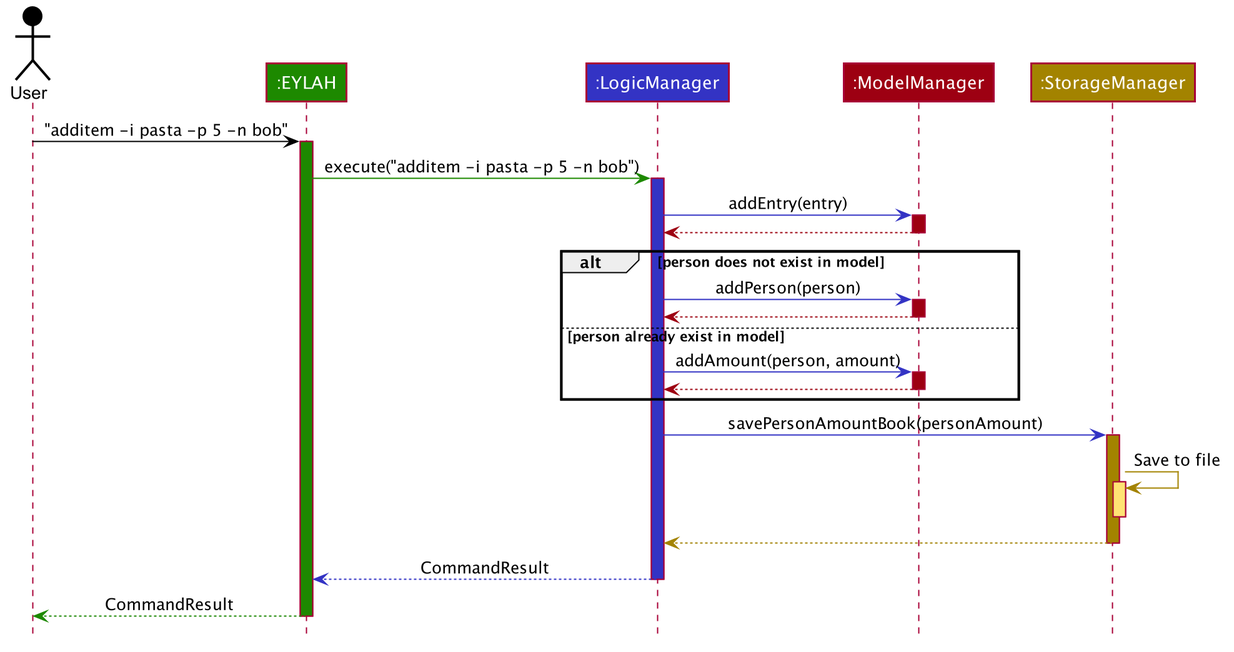
AY1920S2-CS2103T-W13-1/main keeps this PlantUML diagram as images/ExpenseSplitterAddItemCommandSequenceDiagram.png. Above is the earlier version.
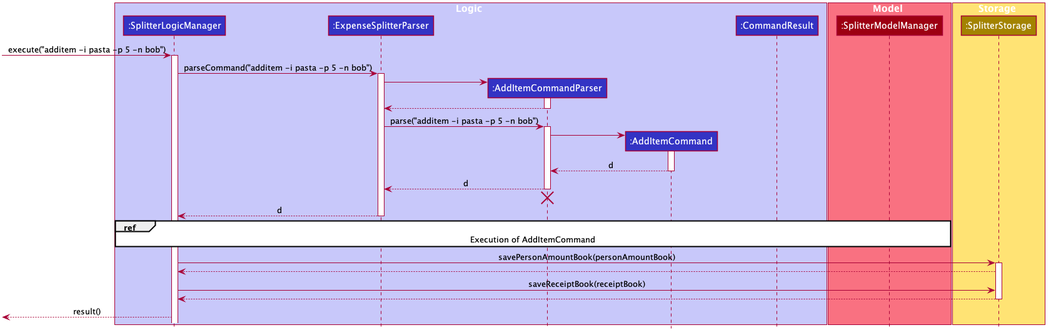
Later version of the same file.

Diff of the diagram source:
```diff
@@ -48,55 +48,64 @@
 hide members
 hide circle
 
-Actor User as user #000000
-Participant ":EYLAH" as ui #1D8900
-Participant ":LogicManager" as logic #3333C4
-Participant ":ModelManager" as model #9D0012
-Participant ":StorageManager" as storage #A38300
+box Logic #C8C8FA
+participant ":SplitterLogicManager" as SplitterLogicManager #3333C4
+participant ":ExpenseSplitterParser" as ExpenseSplitterParser #3333C4
+participant ":AddItemCommandParser" as AddItemCommandParser #3333C4
+participant ":AddItemCommand" as AddItemCommand #3333C4
+participant ":CommandResult" as CommandResult #3333C4
+end box
 
-user -[#000000]> ui : "additem -i pasta -p 5 -n bob"
-activate ui #1D8900
+box Model #F97181
+participant ":SplitterModelManager" as SplitterModelManager #9D0012
+end box
 
-ui -[#1D8900]> logic : execute("additem -i pasta -p 5 -n bob")
-activate logic #3333C4
+box Storage #FFE374
+participant ":SplitterStorage" as SplitterStorageManager #A38300
+end box
 
-logic -[#3333C4]> model : addEntry(entry)
-activate model #9D0012
+[-> SplitterLogicManager : execute("additem -i pasta -p 5 -n bob")
+activate SplitterLogicManager
 
-model -[#9D0012]-> logic
-deactivate model
+SplitterLogicManager -> ExpenseSplitterParser : parseCommand("additem -i pasta -p 5 -n bob")
+activate ExpenseSplitterParser
 
-alt person does not exist in model
+create AddItemCommandParser
+ExpenseSplitterParser -> AddItemCommandParser
+activate AddItemCommandParser
 
-    logic -[#3333C4]> model : addPerson(person)
-    activate model #9D0012
+AddItemCommandParser --> ExpenseSplitterParser
+deactivate AddItemCommandParser
 
-    model -[#9D0012]-> logic
-    deactivate model
+ExpenseSplitterParser -> AddItemCommandParser : parse("additem -i pasta -p 5 -n bob")
+activate AddItemCommandParser
 
-else person already exist in model
+create AddItemCommand
+AddItemCommandParser -> AddItemCommand
+activate AddItemCommand
 
-        logic -[#3333C4]> model : addAmount(person, amount)
-        activate model #9D0012
+AddItemCommand --> AddItemCommandParser :d
+deactivate AddItemCommand
 
-        model -[#9D0012]-> logic
-        deactivate model
+AddItemCommandParser --> ExpenseSplitterParser :d
+deactivate AddItemCommandParser
+AddItemCommandParser -[hidden]-> ExpenseSplitterParser
+destroy AddItemCommandParser
 
-end
+ExpenseSplitterParser --> SplitterLogicManager :d
+deactivate ExpenseSplitterParser
 
-logic -[#3333C4]> storage : savePersonAmountBook(personAmount)
-activate storage #A38300
+ref over SplitterLogicManager, SplitterModelManager: Execution of AddItemCommand
 
-storage -[#A38300]> storage : Save to file
-activate storage #FFE374
-deactivate storage
+SplitterLogicManager -> SplitterStorageManager : savePersonAmountBook(personAmountBook)
+activate SplitterStorageManager
 
-storage --[#A38300]> logic
-deactivate storage
+SplitterStorageManager --> SplitterLogicManager
 
-logic --[#3333C4]> ui : CommandResult
-deactivate logic
+SplitterLogicManager -> SplitterStorageManager : saveReceiptBook(receiptBook)
+SplitterStorageManager --> SplitterLogicManager
+deactivate SplitterStorageManager
 
-ui--[#1D8900]> user : CommandResult
-deactivate ui
+[<--SplitterLogicManager : result()
+deactivate SplitterStorageManager
 @enduml
```
